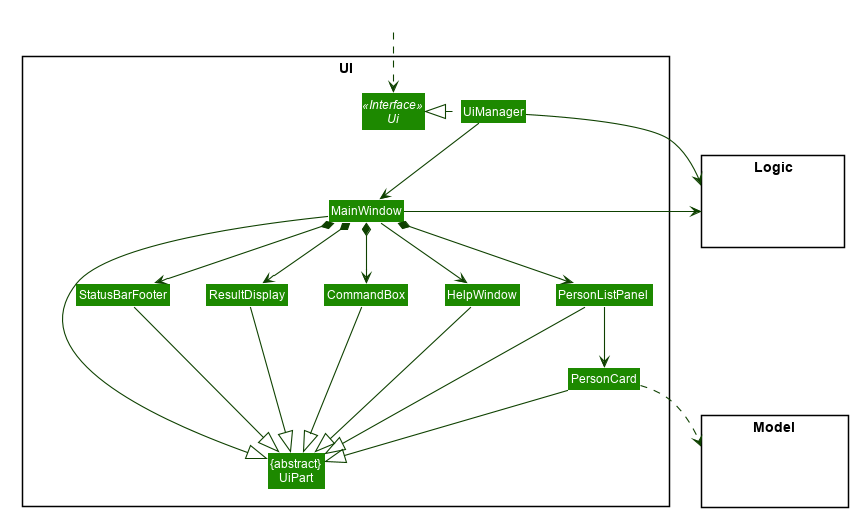
Earlier version of the PlantUML export docs/images/UiClassDiagram.png (nus-cs2103-AY2021S1/tp).
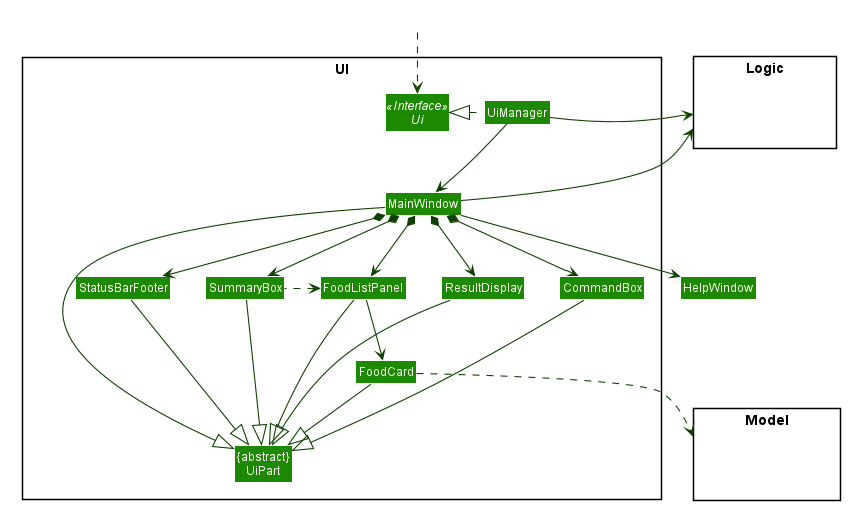
The same file after the commit.

Commit message:
Update UI Class Diagram

Change to the diagram source:
```diff
@@ -56,12 +56,12 @@
 Class "{abstract}\nUiPart" as UiPart
 Class UiManager
 Class MainWindow
-Class HelpWindow
 Class ResultDisplay
-Class PersonListPanel
-Class PersonCard
+Class FoodListPanel
+Class FoodCard
 Class StatusBarFooter
 Class CommandBox
+Class SummaryBox
 }
 
 package Model <<Rectangle>> {
@@ -80,25 +80,28 @@
 MainWindow --> HelpWindow
 MainWindow *-down-> CommandBox
 MainWindow *-down-> ResultDisplay
-MainWindow *-down-> PersonListPanel
+MainWindow *-down-> FoodListPanel
 MainWindow *-down-> StatusBarFooter
+MainWindow *-down-> SummaryBox
 
-PersonListPanel -down-> PersonCard
+FoodListPanel -down-> FoodCard
+
+SummaryBox .left.> FoodListPanel
 
 MainWindow -left-|> UiPart
 
 ResultDisplay --|> UiPart
 CommandBox --|> UiPart
-PersonListPanel --|> UiPart
-PersonCard --|> UiPart
+FoodListPanel --|> UiPart
+FoodCard --|> UiPart
 StatusBarFooter --|> UiPart
-HelpWindow -down-|> UiPart
+SummaryBox --|> UiPart
 
-PersonCard ..> Model
+FoodCard ..> Model
 UiManager -right-> Logic
 MainWindow -left-> Logic
 
-PersonListPanel -[hidden]left- HelpWindow
+FoodListPanel -[hidden]left- HelpWindow
 HelpWindow -[hidden]left- CommandBox
 CommandBox -[hidden]left- ResultDisplay
 ResultDisplay -[hidden]left- StatusBarFooter
```
